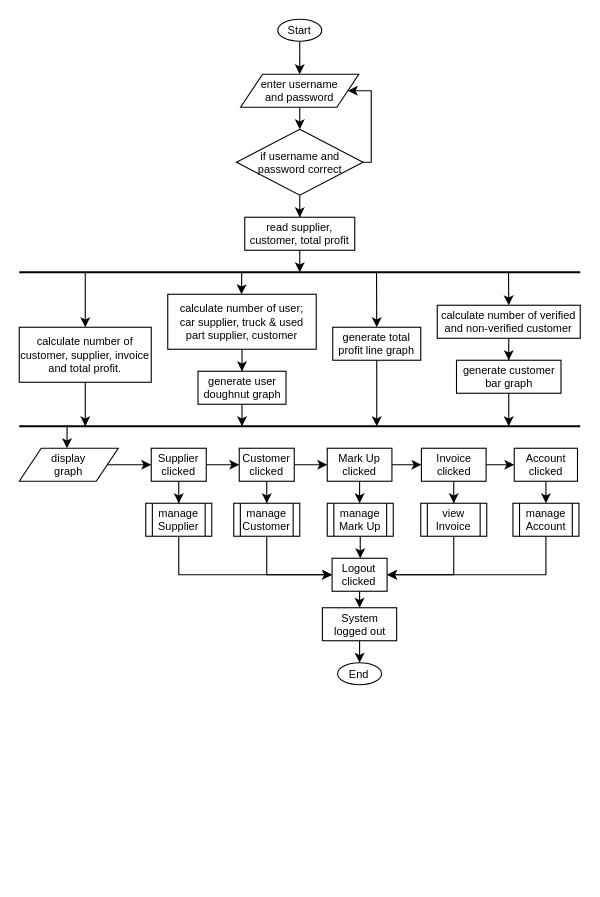
Above: flowchart.drawio in nazRainer/DiagramNetLibrary (draw.io), before the change. Source tidied: cells renumbered, new cells numbered last; positions are measured from the earlier drawing's top-left corner, leaving out a move shared by most shapes. Both pictures are drawn from the tidied source at 110%, with x=0, y=0 at pixel (19, 19).
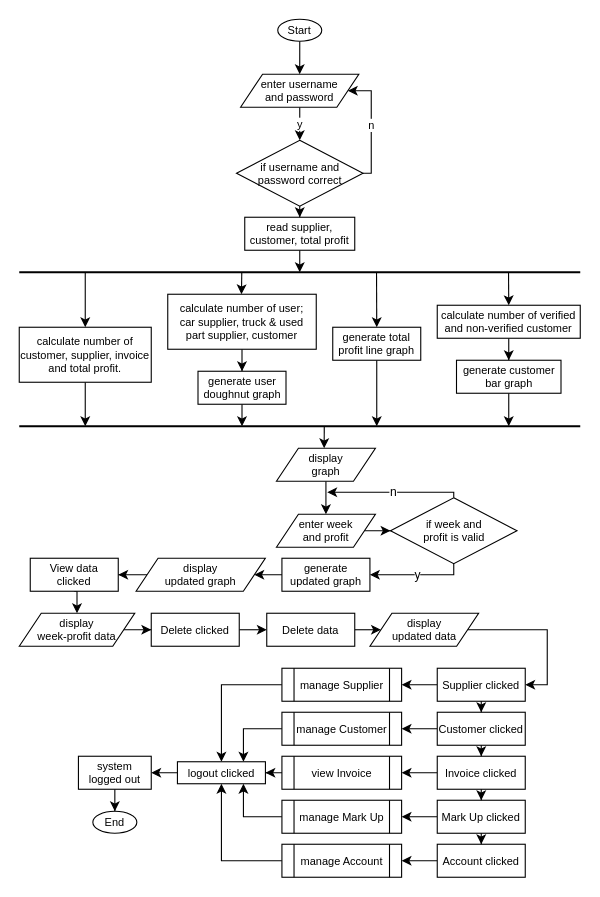
After the change.

The change refers to these unchanged cells:
```xml
<mxCell id="5" value="enter username &lt;br style=&quot;font-size: 10px;&quot;&gt;and password" style="shape=parallelogram;perimeter=parallelogramPerimeter;whiteSpace=wrap;html=1;fixedSize=1;strokeWidth=1;fontSize=10;" parent="1" vertex="1">
  <mxGeometry x="201.2" y="50" width="107.5" height="30" as="geometry" />
</mxCell>
```

Diff of the diagram source:
```diff
@@
-    <mxCell id="4" style="edgeStyle=orthogonalEdgeStyle;rounded=0;jettySize=auto;html=1;entryX=0.5;entryY=0;entryDx=0;entryDy=0;strokeWidth=1;fontSize=10;" parent="1" edge="1" source="5" target="8">
+    <mxCell id="4" value="y" style="edgeStyle=orthogonalEdgeStyle;rounded=0;jettySize=auto;html=1;entryX=0.5;entryY=0;entryDx=0;entryDy=0;strokeWidth=1;fontSize=10;" parent="1" edge="1" source="5" target="8">
       <mxGeometry relative="1" as="geometry" />
     </mxCell>
@@
-    <mxCell id="6" style="edgeStyle=orthogonalEdgeStyle;rounded=0;jettySize=auto;html=1;exitX=1;exitY=0.5;exitDx=0;exitDy=0;entryX=1;entryY=0.5;entryDx=0;entryDy=0;strokeWidth=1;fontSize=10;" parent="1" edge="1" source="8" target="5">
+    <mxCell id="6" value="n" style="edgeStyle=orthogonalEdgeStyle;rounded=0;jettySize=auto;html=1;exitX=1;exitY=0.5;exitDx=0;exitDy=0;entryX=1;entryY=0.5;entryDx=0;entryDy=0;strokeWidth=1;fontSize=10;" parent="1" edge="1" source="8" target="5">
       <mxGeometry relative="1" as="geometry">
         <Array as="points">
-          <mxPoint x="320" y="130" />
+          <mxPoint x="320" y="140" />
           <mxPoint x="320" y="65" />
         </Array>
       </mxGeometry>
     </mxCell>
@@
     <mxCell id="8" value="if username and &lt;br&gt;password correct" style="rhombus;whiteSpace=wrap;html=1;strokeWidth=1;fontSize=10;" parent="1" vertex="1">
-      <mxGeometry x="197.5" y="100" width="115" height="60" as="geometry" />
+      <mxGeometry x="197.5" y="110" width="115" height="60" as="geometry" />
     </mxCell>
@@
-    <mxCell id="11" value="End" style="ellipse;whiteSpace=wrap;html=1;strokeWidth=1;fontSize=10;" parent="1" vertex="1">
-      <mxGeometry x="289.4" y="585" width="40" height="20" as="geometry" />
-    </mxCell>
-    <mxCell id="12" style="edgeStyle=orthogonalEdgeStyle;rounded=0;jettySize=auto;html=1;entryX=0;entryY=0.5;entryDx=0;entryDy=0;fontSize=9;startArrow=none;startFill=0;strokeWidth=1;exitX=0.5;exitY=1;exitDx=0;exitDy=0;" parent="1" edge="1" source="13" target="57">
-      <mxGeometry relative="1" as="geometry" />
-    </mxCell>
-    <mxCell id="13" value="manage Supplier" style="shape=process;whiteSpace=wrap;html=1;backgroundOutline=1;strokeWidth=1;fontSize=10;" parent="1" vertex="1">
-      <mxGeometry x="115" y="440" width="60" height="30" as="geometry" />
-    </mxCell>
@@
-    <mxCell id="30" style="edgeStyle=orthogonalEdgeStyle;rounded=0;jettySize=auto;html=1;entryX=0;entryY=0.5;entryDx=0;entryDy=0;fontSize=9;startArrow=none;startFill=0;strokeWidth=1;exitX=1;exitY=0.5;exitDx=0;exitDy=0;" parent="1" edge="1" source="60" target="36">
-      <mxGeometry relative="1" as="geometry" />
-    </mxCell>
     <mxCell id="31" style="endArrow=none;html=1;rounded=0;fontSize=9;strokeWidth=1;exitX=0.482;exitY=-0.001;exitDx=0;exitDy=0;startArrow=classic;startFill=1;exitPerimeter=0;" parent="1" edge="1" source="60">
       <mxGeometry relative="1" as="geometry">
-        <mxPoint x="43.5" y="370" as="targetPoint" />
+        <mxPoint x="277.3" y="370" as="targetPoint" />
       </mxGeometry>
     </mxCell>
@@
+    <mxCell id="61" style="edgeStyle=orthogonalEdgeStyle;rounded=0;jettySize=auto;html=1;entryX=0.5;entryY=0;entryDx=0;entryDy=0;" parent="1" edge="1" source="60" target="63">
+      <mxGeometry relative="1" as="geometry" />
+    </mxCell>
+    <mxCell id="60" value="display&lt;br&gt;graph" style="shape=parallelogram;perimeter=parallelogramPerimeter;whiteSpace=wrap;html=1;fixedSize=1;strokeWidth=1;fontSize=10;" parent="1" vertex="1">
+      <mxGeometry x="233.8" y="390" width="90" height="30" as="geometry" />
+    </mxCell>
+    <mxCell id="62" style="edgeStyle=orthogonalEdgeStyle;rounded=0;jettySize=auto;html=1;entryX=0;entryY=0.5;entryDx=0;entryDy=0;" parent="1" edge="1" source="63" target="70">
+      <mxGeometry relative="1" as="geometry" />
+    </mxCell>
+    <mxCell id="63" value="enter week&lt;br&gt;and profit" style="shape=parallelogram;perimeter=parallelogramPerimeter;whiteSpace=wrap;html=1;fixedSize=1;strokeWidth=1;fontSize=10;" parent="1" vertex="1">
+      <mxGeometry x="233.8" y="450" width="90" height="30" as="geometry" />
+    </mxCell>
+    <mxCell id="64" style="edgeStyle=orthogonalEdgeStyle;rounded=0;jettySize=auto;html=1;entryX=1;entryY=0.5;entryDx=0;entryDy=0;" parent="1" edge="1" source="65" target="72">
+      <mxGeometry relative="1" as="geometry" />
+    </mxCell>
+    <mxCell id="65" value="display&lt;br&gt;updated graph" style="shape=parallelogram;perimeter=parallelogramPerimeter;whiteSpace=wrap;html=1;fixedSize=1;strokeWidth=1;fontSize=10;" parent="1" vertex="1">
+      <mxGeometry x="106.2" y="490" width="117.5" height="30" as="geometry" />
+    </mxCell>
+    <mxCell id="66" style="edgeStyle=orthogonalEdgeStyle;rounded=0;jettySize=auto;html=1;entryX=1;entryY=0.5;entryDx=0;entryDy=0;" parent="1" edge="1" source="67" target="65">
+      <mxGeometry relative="1" as="geometry" />
+    </mxCell>
+    <mxCell id="67" value="generate updated graph" style="rounded=0;whiteSpace=wrap;html=1;strokeWidth=1;fontSize=10;" parent="1" vertex="1">
+      <mxGeometry x="238.8" y="490" width="80" height="30" as="geometry" />
+    </mxCell>
+    <mxCell id="68" value="n" style="edgeStyle=orthogonalEdgeStyle;rounded=0;jettySize=auto;html=1;exitX=0.5;exitY=0;exitDx=0;exitDy=0;" parent="1" edge="1" source="70">
+      <mxGeometry relative="1" as="geometry">
+        <mxPoint x="280" y="430" as="targetPoint" />
+        <Array as="points">
+          <mxPoint x="395" y="430" />
+        </Array>
+      </mxGeometry>
+    </mxCell>
+    <mxCell id="69" value="y" style="edgeStyle=orthogonalEdgeStyle;rounded=0;jettySize=auto;html=1;entryX=1;entryY=0.5;entryDx=0;entryDy=0;exitX=0.5;exitY=1;exitDx=0;exitDy=0;" parent="1" edge="1" source="70" target="67">
+      <mxGeometry relative="1" as="geometry">
+        <Array as="points">
+          <mxPoint x="395" y="505" />
+        </Array>
+      </mxGeometry>
+    </mxCell>
+    <mxCell id="70" value="if week and &lt;br&gt;profit is valid" style="rhombus;whiteSpace=wrap;html=1;strokeWidth=1;fontSize=10;" parent="1" vertex="1">
+      <mxGeometry x="337.5" y="435" width="115" height="60" as="geometry" />
+    </mxCell>
+    <mxCell id="71" style="edgeStyle=orthogonalEdgeStyle;rounded=0;jettySize=auto;html=1;entryX=0.5;entryY=0;entryDx=0;entryDy=0;exitX=0.5;exitY=1;exitDx=0;exitDy=0;" parent="1" edge="1" source="72" target="74">
+      <mxGeometry relative="1" as="geometry" />
+    </mxCell>
+    <mxCell id="72" value="View data&lt;br&gt;clicked" style="rounded=0;whiteSpace=wrap;html=1;strokeWidth=1;fontSize=10;" parent="1" vertex="1">
+      <mxGeometry x="10" y="490" width="80" height="30" as="geometry" />
+    </mxCell>
+    <mxCell id="73" style="edgeStyle=orthogonalEdgeStyle;rounded=0;jettySize=auto;html=1;entryX=0;entryY=0.5;entryDx=0;entryDy=0;" parent="1" edge="1" source="74" target="76">
+      <mxGeometry relative="1" as="geometry" />
+    </mxCell>
+    <mxCell id="74" value="display&lt;br&gt;week-profit data" style="shape=parallelogram;perimeter=parallelogramPerimeter;whiteSpace=wrap;html=1;fixedSize=1;strokeWidth=1;fontSize=10;" parent="1" vertex="1">
+      <mxGeometry y="540" width="105" height="30" as="geometry" />
+    </mxCell>
+    <mxCell id="75" style="edgeStyle=orthogonalEdgeStyle;rounded=0;jettySize=auto;html=1;entryX=0;entryY=0.5;entryDx=0;entryDy=0;exitX=1;exitY=0.5;exitDx=0;exitDy=0;" parent="1" edge="1" source="76" target="78">
+      <mxGeometry relative="1" as="geometry" />
+    </mxCell>
+    <mxCell id="76" value="Delete clicked" style="rounded=0;whiteSpace=wrap;html=1;strokeWidth=1;fontSize=10;" parent="1" vertex="1">
+      <mxGeometry x="120" y="540" width="80" height="30" as="geometry" />
+    </mxCell>
+    <mxCell id="77" style="edgeStyle=orthogonalEdgeStyle;rounded=0;jettySize=auto;html=1;entryX=0;entryY=0.5;entryDx=0;entryDy=0;exitX=1;exitY=0.5;exitDx=0;exitDy=0;" parent="1" edge="1" source="78" target="80">
+      <mxGeometry relative="1" as="geometry" />
+    </mxCell>
+    <mxCell id="78" value="Delete data" style="rounded=0;whiteSpace=wrap;html=1;strokeWidth=1;fontSize=10;" parent="1" vertex="1">
+      <mxGeometry x="225" y="540" width="80" height="30" as="geometry" />
+    </mxCell>
+    <mxCell id="79" style="edgeStyle=orthogonalEdgeStyle;rounded=0;jettySize=auto;html=1;entryX=1;entryY=0.5;entryDx=0;entryDy=0;fontSize=10;exitX=1;exitY=0.5;exitDx=0;exitDy=0;" parent="1" edge="1" source="80" target="36">
+      <mxGeometry relative="1" as="geometry">
+        <Array as="points">
+          <mxPoint x="480" y="555" />
+          <mxPoint x="480" y="605" />
+        </Array>
+      </mxGeometry>
+    </mxCell>
+    <mxCell id="80" value="display&lt;br&gt;updated data" style="shape=parallelogram;perimeter=parallelogramPerimeter;whiteSpace=wrap;html=1;fixedSize=1;strokeWidth=1;fontSize=10;" parent="1" vertex="1">
+      <mxGeometry x="318.8" y="540" width="98.8" height="30" as="geometry" />
+    </mxCell>
+    <mxCell id="11" value="End" style="ellipse;whiteSpace=wrap;html=1;strokeWidth=1;fontSize=10;" parent="1" vertex="1">
+      <mxGeometry x="66.9" y="720" width="40" height="20" as="geometry" />
+    </mxCell>
+    <mxCell id="81" style="edgeStyle=orthogonalEdgeStyle;rounded=0;jettySize=auto;html=1;entryX=0.5;entryY=0;entryDx=0;entryDy=0;fontSize=10;" parent="1" edge="1" source="13" target="87">
+      <mxGeometry relative="1" as="geometry" />
+    </mxCell>
+    <mxCell id="13" value="&lt;font style=&quot;font-size: 10px&quot;&gt;manage Supplier&lt;/font&gt;" style="shape=process;whiteSpace=wrap;html=1;backgroundOutline=1;" parent="1" vertex="1">
+      <mxGeometry x="238.8" y="590" width="108.8" height="30" as="geometry" />
+    </mxCell>
+    <mxCell id="82" style="edgeStyle=orthogonalEdgeStyle;rounded=0;jettySize=auto;html=1;entryX=0.75;entryY=0;entryDx=0;entryDy=0;fontSize=10;" parent="1" edge="1" source="49" target="87">
+      <mxGeometry relative="1" as="geometry" />
+    </mxCell>
+    <mxCell id="49" value="&lt;font style=&quot;font-size: 10px&quot;&gt;manage Customer&lt;/font&gt;" style="shape=process;whiteSpace=wrap;html=1;backgroundOutline=1;" parent="1" vertex="1">
+      <mxGeometry x="238.8" y="630" width="108.8" height="30" as="geometry" />
+    </mxCell>
+    <mxCell id="83" style="edgeStyle=orthogonalEdgeStyle;rounded=0;jettySize=auto;html=1;entryX=1;entryY=0.5;entryDx=0;entryDy=0;fontSize=10;" parent="1" edge="1" source="53" target="87">
+      <mxGeometry relative="1" as="geometry" />
+    </mxCell>
+    <mxCell id="53" value="&lt;span style=&quot;font-size: 10px&quot;&gt;view Invoice&lt;/span&gt;" style="shape=process;whiteSpace=wrap;html=1;backgroundOutline=1;" parent="1" vertex="1">
+      <mxGeometry x="238.8" y="670" width="108.8" height="30" as="geometry" />
+    </mxCell>
+    <mxCell id="84" style="edgeStyle=orthogonalEdgeStyle;rounded=0;jettySize=auto;html=1;entryX=0.75;entryY=1;entryDx=0;entryDy=0;fontSize=10;" parent="1" edge="1" source="51" target="87">
+      <mxGeometry relative="1" as="geometry" />
+    </mxCell>
+    <mxCell id="51" value="&lt;font style=&quot;font-size: 10px&quot;&gt;manage Mark Up&lt;/font&gt;" style="shape=process;whiteSpace=wrap;html=1;backgroundOutline=1;" parent="1" vertex="1">
+      <mxGeometry x="238.8" y="710" width="108.8" height="30" as="geometry" />
+    </mxCell>
+    <mxCell id="85" style="edgeStyle=orthogonalEdgeStyle;rounded=0;jettySize=auto;html=1;entryX=0.5;entryY=1;entryDx=0;entryDy=0;fontSize=10;" parent="1" edge="1" source="55" target="87">
+      <mxGeometry relative="1" as="geometry" />
+    </mxCell>
+    <mxCell id="55" value="&lt;font style=&quot;font-size: 10px&quot;&gt;manage Account&lt;/font&gt;" style="shape=process;whiteSpace=wrap;html=1;backgroundOutline=1;" parent="1" vertex="1">
+      <mxGeometry x="238.8" y="750" width="108.8" height="30" as="geometry" />
+    </mxCell>
+    <mxCell id="86" style="edgeStyle=orthogonalEdgeStyle;rounded=0;jettySize=auto;html=1;entryX=1;entryY=0.5;entryDx=0;entryDy=0;fontSize=10;" parent="1" edge="1" source="87" target="89">
+      <mxGeometry relative="1" as="geometry" />
+    </mxCell>
+    <mxCell id="87" value="logout clicked" style="rounded=0;whiteSpace=wrap;html=1;strokeWidth=1;fontSize=10;" parent="1" vertex="1">
+      <mxGeometry x="143.8" y="675" width="80" height="20" as="geometry" />
+    </mxCell>
+    <mxCell id="88" style="edgeStyle=orthogonalEdgeStyle;rounded=0;jettySize=auto;html=1;entryX=0.5;entryY=0;entryDx=0;entryDy=0;fontSize=10;" parent="1" edge="1" source="89" target="11">
+      <mxGeometry relative="1" as="geometry" />
+    </mxCell>
+    <mxCell id="89" value="system&lt;br&gt;logged out" style="rounded=0;whiteSpace=wrap;html=1;strokeWidth=1;fontSize=10;" parent="1" vertex="1">
+      <mxGeometry x="53.8" y="670" width="66.2" height="30" as="geometry" />
+    </mxCell>
+    <mxCell id="35" style="edgeStyle=orthogonalEdgeStyle;rounded=0;jettySize=auto;html=1;entryX=1;entryY=0.5;entryDx=0;entryDy=0;fontSize=10;" parent="1" edge="1" source="36" target="13">
+      <mxGeometry relative="1" as="geometry" />
+    </mxCell>
-    <mxCell id="34" style="edgeStyle=orthogonalEdgeStyle;rounded=0;jettySize=auto;html=1;entryX=0;entryY=0.5;entryDx=0;entryDy=0;fontSize=9;startArrow=none;startFill=0;strokeWidth=1;" parent="1" edge="1" source="36" target="39">
+    <mxCell id="34" style="edgeStyle=orthogonalEdgeStyle;rounded=0;jettySize=auto;html=1;entryX=0.5;entryY=0;entryDx=0;entryDy=0;fontSize=10;" parent="1" edge="1" source="36" target="39">
       <mxGeometry relative="1" as="geometry" />
     </mxCell>
-    <mxCell id="35" style="edgeStyle=orthogonalEdgeStyle;rounded=0;jettySize=auto;html=1;entryX=0.5;entryY=0;entryDx=0;entryDy=0;fontSize=9;startArrow=none;startFill=0;strokeWidth=1;" parent="1" edge="1" source="36" target="13">
-      <mxGeometry relative="1" as="geometry" />
-    </mxCell>
-    <mxCell id="36" value="Supplier&lt;br&gt;clicked" style="rounded=0;whiteSpace=wrap;html=1;strokeWidth=1;fontSize=10;" parent="1" vertex="1">
-      <mxGeometry x="120" y="390" width="50" height="30" as="geometry" />
+    <mxCell id="36" value="Supplier clicked" style="rounded=0;whiteSpace=wrap;html=1;strokeWidth=1;fontSize=10;" parent="1" vertex="1">
+      <mxGeometry x="380" y="590" width="80" height="30" as="geometry" />
     </mxCell>
-    <mxCell id="37" style="edgeStyle=orthogonalEdgeStyle;rounded=0;jettySize=auto;html=1;entryX=0;entryY=0.5;entryDx=0;entryDy=0;fontSize=9;startArrow=none;startFill=0;strokeWidth=1;" parent="1" edge="1" source="39" target="42">
-      <mxGeometry relative="1" as="geometry" />
-    </mxCell>
-    <mxCell id="38" style="edgeStyle=orthogonalEdgeStyle;rounded=0;jettySize=auto;html=1;entryX=0.5;entryY=0;entryDx=0;entryDy=0;fontSize=9;startArrow=none;startFill=0;strokeWidth=1;" parent="1" edge="1" source="39" target="49">
+    <mxCell id="38" style="edgeStyle=orthogonalEdgeStyle;rounded=0;jettySize=auto;html=1;entryX=1;entryY=0.5;entryDx=0;entryDy=0;fontSize=10;" parent="1" edge="1" source="39" target="49">
       <mxGeometry relative="1" as="geometry" />
     </mxCell>
+    <mxCell id="90" style="edgeStyle=orthogonalEdgeStyle;rounded=0;jettySize=auto;html=1;entryX=0.5;entryY=0;entryDx=0;entryDy=0;fontSize=10;" parent="1" edge="1" source="39" target="47">
+      <mxGeometry relative="1" as="geometry" />
+    </mxCell>
-    <mxCell id="39" value="Customer&lt;br&gt;clicked" style="rounded=0;whiteSpace=wrap;html=1;strokeWidth=1;fontSize=10;" parent="1" vertex="1">
-      <mxGeometry x="200" y="390" width="50" height="30" as="geometry" />
+    <mxCell id="39" value="Customer clicked" style="rounded=0;whiteSpace=wrap;html=1;strokeWidth=1;fontSize=10;" parent="1" vertex="1">
+      <mxGeometry x="380" y="630" width="80" height="30" as="geometry" />
     </mxCell>
-    <mxCell id="40" style="edgeStyle=orthogonalEdgeStyle;rounded=0;jettySize=auto;html=1;entryX=0;entryY=0.5;entryDx=0;entryDy=0;fontSize=9;startArrow=none;startFill=0;strokeWidth=1;" parent="1" edge="1" source="42" target="47">
-      <mxGeometry relative="1" as="geometry" />
-    </mxCell>
+    <mxCell id="46" style="edgeStyle=orthogonalEdgeStyle;rounded=0;jettySize=auto;html=1;entryX=1;entryY=0.5;entryDx=0;entryDy=0;fontSize=10;" parent="1" edge="1" source="47" target="53">
+      <mxGeometry relative="1" as="geometry" />
+    </mxCell>
+    <mxCell id="91" style="edgeStyle=orthogonalEdgeStyle;rounded=0;jettySize=auto;html=1;entryX=0.5;entryY=0;entryDx=0;entryDy=0;fontSize=10;" parent="1" edge="1" source="47" target="42">
+      <mxGeometry relative="1" as="geometry" />
+    </mxCell>
+    <mxCell id="47" value="Invoice clicked" style="rounded=0;whiteSpace=wrap;html=1;strokeWidth=1;fontSize=10;" parent="1" vertex="1">
+      <mxGeometry x="380" y="670" width="80" height="30" as="geometry" />
+    </mxCell>
-    <mxCell id="41" style="edgeStyle=orthogonalEdgeStyle;rounded=0;jettySize=auto;html=1;entryX=0.5;entryY=0;entryDx=0;entryDy=0;fontSize=9;startArrow=none;startFill=0;strokeWidth=1;" parent="1" edge="1" source="42" target="51">
+    <mxCell id="41" style="edgeStyle=orthogonalEdgeStyle;rounded=0;jettySize=auto;html=1;entryX=1;entryY=0.5;entryDx=0;entryDy=0;fontSize=10;" parent="1" edge="1" source="42" target="51">
       <mxGeometry relative="1" as="geometry" />
     </mxCell>
+    <mxCell id="92" style="edgeStyle=orthogonalEdgeStyle;rounded=0;jettySize=auto;html=1;entryX=0.5;entryY=0;entryDx=0;entryDy=0;fontSize=10;" parent="1" edge="1" source="42" target="44">
+      <mxGeometry relative="1" as="geometry" />
+    </mxCell>
-    <mxCell id="42" value="Mark Up&lt;br&gt;clicked" style="rounded=0;whiteSpace=wrap;html=1;strokeWidth=1;fontSize=10;" parent="1" vertex="1">
-      <mxGeometry x="280" y="390" width="58.8" height="30" as="geometry" />
+    <mxCell id="42" value="Mark Up clicked" style="rounded=0;whiteSpace=wrap;html=1;strokeWidth=1;fontSize=10;" parent="1" vertex="1">
+      <mxGeometry x="380" y="710" width="80" height="30" as="geometry" />
     </mxCell>
-    <mxCell id="43" style="edgeStyle=orthogonalEdgeStyle;rounded=0;jettySize=auto;html=1;entryX=0.5;entryY=0;entryDx=0;entryDy=0;fontSize=9;startArrow=none;startFill=0;strokeWidth=1;" parent="1" edge="1" source="44" target="55">
+    <mxCell id="43" style="edgeStyle=orthogonalEdgeStyle;rounded=0;jettySize=auto;html=1;entryX=1;entryY=0.5;entryDx=0;entryDy=0;fontSize=10;" parent="1" edge="1" source="44" target="55">
       <mxGeometry relative="1" as="geometry" />
     </mxCell>
-    <mxCell id="44" value="Account&lt;br&gt;clicked" style="rounded=0;whiteSpace=wrap;html=1;strokeWidth=1;fontSize=10;" parent="1" vertex="1">
-      <mxGeometry x="450" y="390" width="57.5" height="30" as="geometry" />
+    <mxCell id="44" value="Account clicked" style="rounded=0;whiteSpace=wrap;html=1;strokeWidth=1;fontSize=10;" parent="1" vertex="1">
+      <mxGeometry x="380" y="750" width="80" height="30" as="geometry" />
     </mxCell>
-    <mxCell id="45" style="edgeStyle=orthogonalEdgeStyle;rounded=0;jettySize=auto;html=1;entryX=0;entryY=0.5;entryDx=0;entryDy=0;fontSize=9;startArrow=none;startFill=0;strokeWidth=1;" parent="1" edge="1" source="47" target="44">
-      <mxGeometry relative="1" as="geometry" />
-    </mxCell>
-    <mxCell id="46" style="edgeStyle=orthogonalEdgeStyle;rounded=0;jettySize=auto;html=1;entryX=0.5;entryY=0;entryDx=0;entryDy=0;fontSize=9;startArrow=none;startFill=0;strokeWidth=1;" parent="1" edge="1" source="47" target="53">
-      <mxGeometry relative="1" as="geometry" />
-    </mxCell>
-    <mxCell id="47" value="Invoice&lt;br&gt;clicked" style="rounded=0;whiteSpace=wrap;html=1;strokeWidth=1;fontSize=10;" parent="1" vertex="1">
-      <mxGeometry x="365.6" y="390" width="58.8" height="30" as="geometry" />
-    </mxCell>
-    <mxCell id="48" style="edgeStyle=orthogonalEdgeStyle;rounded=0;jettySize=auto;html=1;entryX=0;entryY=0.5;entryDx=0;entryDy=0;fontSize=9;startArrow=none;startFill=0;strokeWidth=1;exitX=0.5;exitY=1;exitDx=0;exitDy=0;" parent="1" edge="1" source="49" target="57">
-      <mxGeometry relative="1" as="geometry" />
-    </mxCell>
-    <mxCell id="49" value="manage Customer" style="shape=process;whiteSpace=wrap;html=1;backgroundOutline=1;strokeWidth=1;fontSize=10;" parent="1" vertex="1">
-      <mxGeometry x="195" y="440" width="60" height="30" as="geometry" />
-    </mxCell>
-    <mxCell id="50" style="edgeStyle=orthogonalEdgeStyle;rounded=0;jettySize=auto;html=1;entryX=0.5;entryY=0;entryDx=0;entryDy=0;fontSize=9;startArrow=none;startFill=0;strokeWidth=1;" parent="1" edge="1" source="51" target="57">
-      <mxGeometry relative="1" as="geometry" />
-    </mxCell>
-    <mxCell id="51" value="manage Mark Up" style="shape=process;whiteSpace=wrap;html=1;backgroundOutline=1;strokeWidth=1;fontSize=10;" parent="1" vertex="1">
-      <mxGeometry x="280" y="440" width="60" height="30" as="geometry" />
-    </mxCell>
-    <mxCell id="52" style="edgeStyle=orthogonalEdgeStyle;rounded=0;jettySize=auto;html=1;entryX=1;entryY=0.5;entryDx=0;entryDy=0;fontSize=9;startArrow=none;startFill=0;strokeWidth=1;exitX=0.5;exitY=1;exitDx=0;exitDy=0;" parent="1" edge="1" source="53" target="57">
-      <mxGeometry relative="1" as="geometry" />
-    </mxCell>
-    <mxCell id="53" value="view&lt;br&gt;Invoice" style="shape=process;whiteSpace=wrap;html=1;backgroundOutline=1;strokeWidth=1;fontSize=10;" parent="1" vertex="1">
-      <mxGeometry x="365" y="440" width="60" height="30" as="geometry" />
-    </mxCell>
-    <mxCell id="54" style="edgeStyle=orthogonalEdgeStyle;rounded=0;jettySize=auto;html=1;entryX=1;entryY=0.5;entryDx=0;entryDy=0;fontSize=9;startArrow=none;startFill=0;strokeWidth=1;exitX=0.5;exitY=1;exitDx=0;exitDy=0;" parent="1" edge="1" source="55" target="57">
-      <mxGeometry relative="1" as="geometry" />
-    </mxCell>
-    <mxCell id="55" value="manage&lt;br&gt;Account" style="shape=process;whiteSpace=wrap;html=1;backgroundOutline=1;strokeWidth=1;fontSize=10;" parent="1" vertex="1">
-      <mxGeometry x="448.8" y="440" width="60" height="30" as="geometry" />
-    </mxCell>
-    <mxCell id="56" style="edgeStyle=orthogonalEdgeStyle;rounded=0;jettySize=auto;html=1;entryX=0.5;entryY=0;entryDx=0;entryDy=0;fontSize=9;startArrow=none;startFill=0;strokeWidth=1;" parent="1" edge="1" source="57" target="59">
-      <mxGeometry relative="1" as="geometry" />
-    </mxCell>
-    <mxCell id="57" value="Logout&lt;br&gt;clicked" style="rounded=0;whiteSpace=wrap;html=1;strokeWidth=1;fontSize=10;" parent="1" vertex="1">
-      <mxGeometry x="284.4" y="490" width="50" height="30" as="geometry" />
-    </mxCell>
-    <mxCell id="58" style="edgeStyle=orthogonalEdgeStyle;rounded=0;jettySize=auto;html=1;entryX=0.5;entryY=0;entryDx=0;entryDy=0;fontSize=9;startArrow=none;startFill=0;strokeWidth=1;" parent="1" edge="1" source="59" target="11">
-      <mxGeometry relative="1" as="geometry" />
-    </mxCell>
-    <mxCell id="59" value="System&lt;br&gt;logged out" style="rounded=0;whiteSpace=wrap;html=1;strokeWidth=1;fontSize=10;" parent="1" vertex="1">
-      <mxGeometry x="275.6" y="535" width="67.5" height="30" as="geometry" />
-    </mxCell>
-    <mxCell id="60" value="display&lt;br&gt;graph" style="shape=parallelogram;perimeter=parallelogramPerimeter;whiteSpace=wrap;html=1;fixedSize=1;strokeWidth=1;fontSize=10;" parent="1" vertex="1">
-      <mxGeometry y="390" width="90" height="30" as="geometry" />
-    </mxCell>
```
